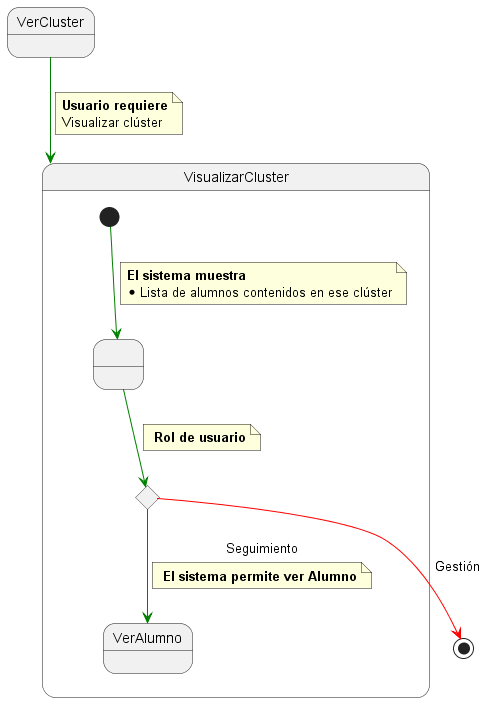
Earlier version of the PlantUML export 000-entregas/Grupo1/DetalleCasosDeUso/images/VerCluster.png (mmasias/IdSw1-22-23). Source of this version:
```plantuml
@startuml VerCluster

State VerCluster

State VisualizarCluster{

  State state1 as " "

  state c <<choice>>

  [*] -[#green]-> state1

  note on link
    <b>El sistema muestra
    * Lista de alumnos contenidos en ese clúster
  end note

  state1 -[#green]-> c

  note on link
    <b> Rol de usuario
  end note

  c -[#green]-> VerAlumno : Seguimiento

  note on link
    <b> El sistema permite ver Alumno
  end note
}

VerCluster -[#green]-> VisualizarCluster

note on link
 <b>Usuario requiere
 Visualizar clúster
end note

c -[#red]-> [*] : Gestión


@enduml
```
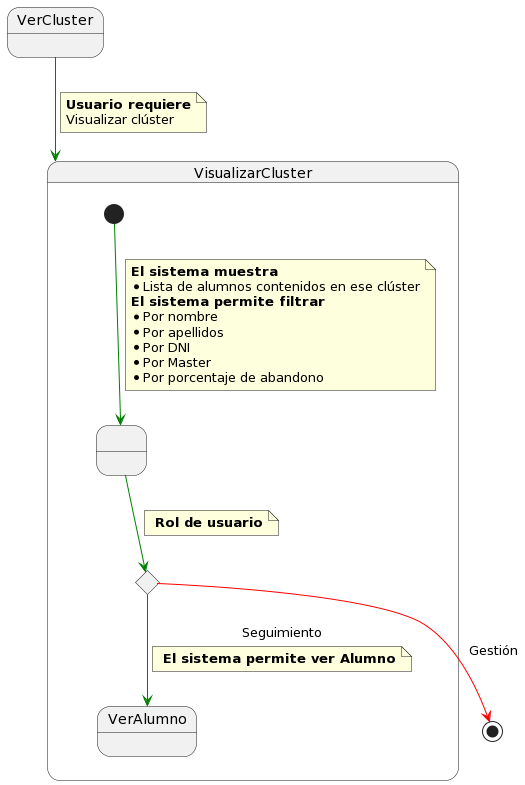
Above is the later version.

Change to the diagram source:
```diff
@@ -1,5 +1,4 @@
-@startuml VerCluster
-
+@startuml
 State VerCluster
 
 State VisualizarCluster{
@@ -13,6 +12,12 @@
   note on link
     <b>El sistema muestra
     * Lista de alumnos contenidos en ese clúster
+    <b>El sistema permite filtrar
+    * Por nombre
+    * Por apellidos
+    * Por DNI
+    * Por Master
+    * Por porcentaje de abandono
   end note
 
   state1 -[#green]-> c
@@ -36,6 +41,4 @@
 end note
 
 c -[#red]-> [*] : Gestión
-
-
 @enduml
```
